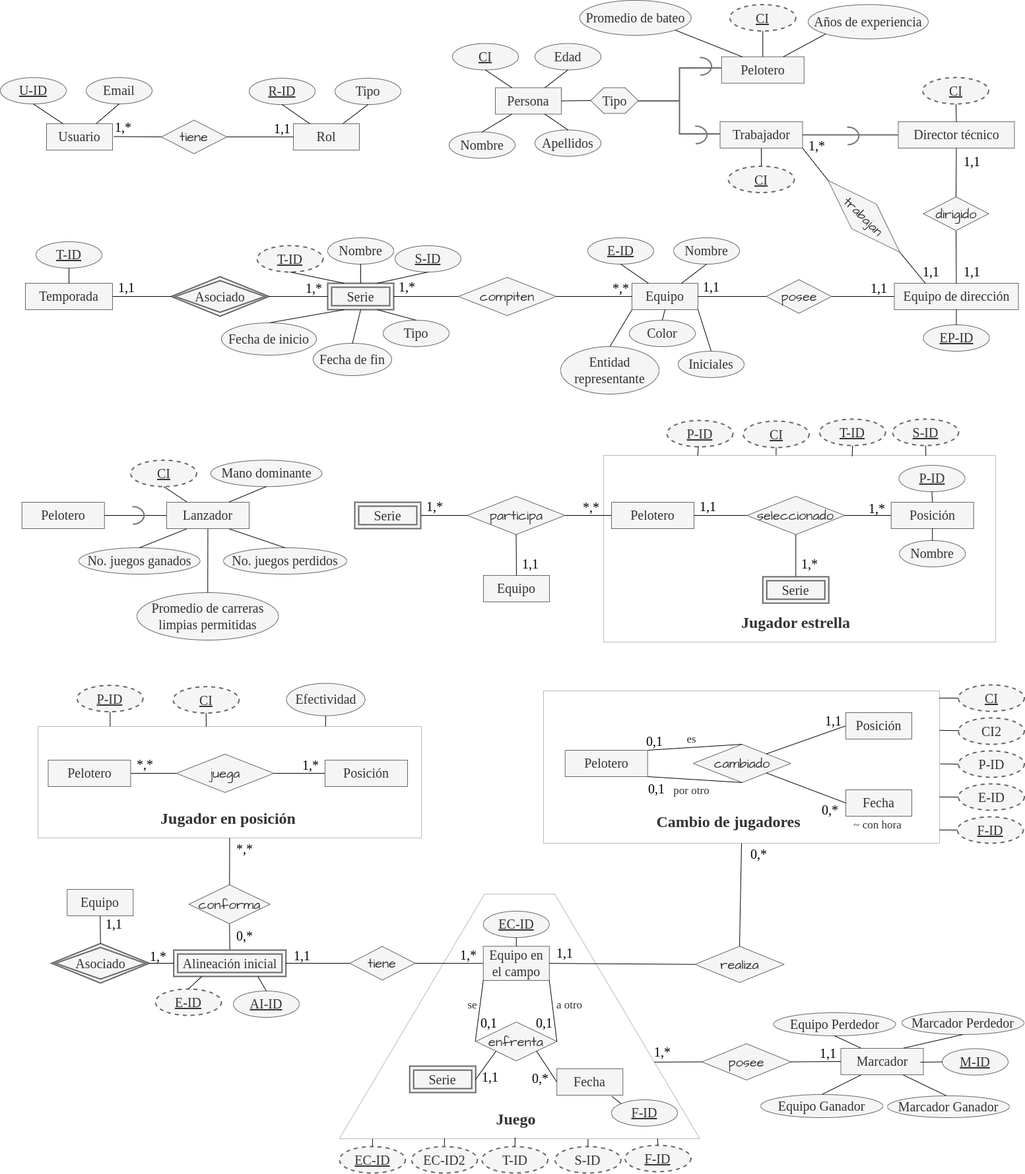
Above: Documentacion/Diseño_de_la_base_de_datos/baseball_MERX.png in gaboCiber/Baseball-Champions (draw.io), before the change. Source tidied: cells renumbered, new cells last; positions are measured from the earlier drawing's top-left corner, leaving out a move shared by most shapes.
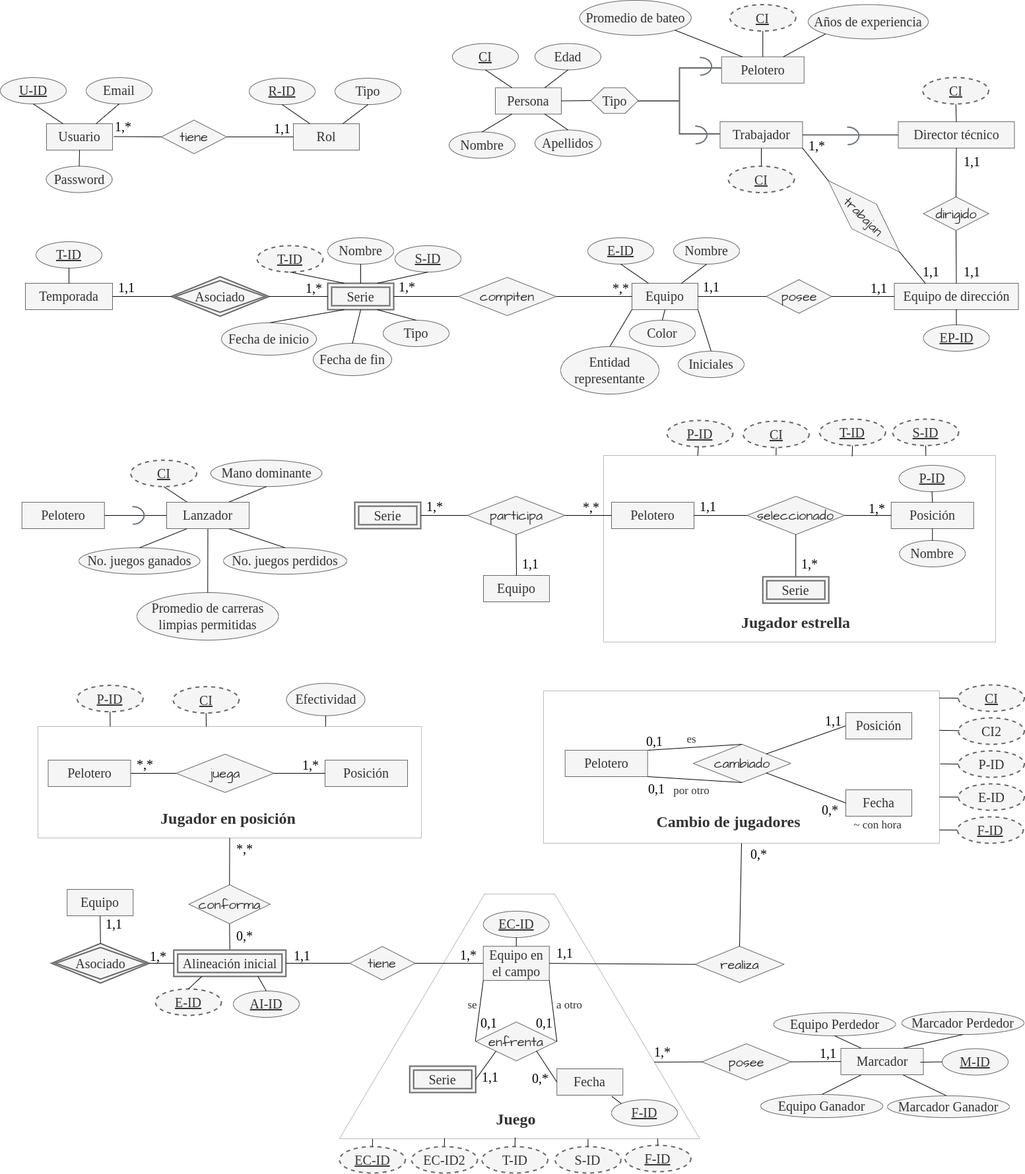
Later version of the same file.

Diff of the diagram source:
```diff
@@ -1048,5 +1048,11 @@
     <mxCell id="323" style="html=1;shadow=0;dashed=0;shape=mxgraph.basic.arc;startAngle=0.24657784054822296;endAngle=0.7468797146831239;strokeWidth=2;strokeColor=#6C767D;sketch=0;hachureGap=4;jiggle=2;curveFitting=1;fontFamily=Verdana;fontSize=20;fontColor=#000000;fillColor=#1D1D1D;rotation=-90;" parent="1" vertex="1">
       <mxGeometry x="187" y="763.6" width="26.7" height="34.9" as="geometry" />
     </mxCell>
+    <mxCell id="324" value="&lt;font face=&quot;Verdana&quot;&gt;Password&lt;/font&gt;" style="ellipse;whiteSpace=wrap;html=1;align=center;sketch=0;hachureGap=4;jiggle=2;curveFitting=1;fontFamily=Architects Daughter;fontSource=https%3A%2F%2Ffonts.googleapis.com%2Fcss%3Ffamily%3DArchitects%2BDaughter;fontSize=20;fillColor=#f5f5f5;fontColor=#333333;strokeColor=#666666;" parent="1" vertex="1">
+      <mxGeometry x="69.5" y="251.5" width="100" height="40" as="geometry" />
+    </mxCell>
+    <mxCell id="325" style="endArrow=none;html=1;rounded=0;hachureGap=4;fontFamily=Architects Daughter;fontSource=https%3A%2F%2Ffonts.googleapis.com%2Fcss%3Ffamily%3DArchitects%2BDaughter;fontSize=16;entryX=0.5;entryY=1;entryDx=0;entryDy=0;exitX=0.5;exitY=0;exitDx=0;exitDy=0;strokeColor=#030303;" parent="1" edge="1" source="324" target="2">
+      <mxGeometry relative="1" as="geometry" />
+    </mxCell>
   </root>
 </mxGraphModel>
```
